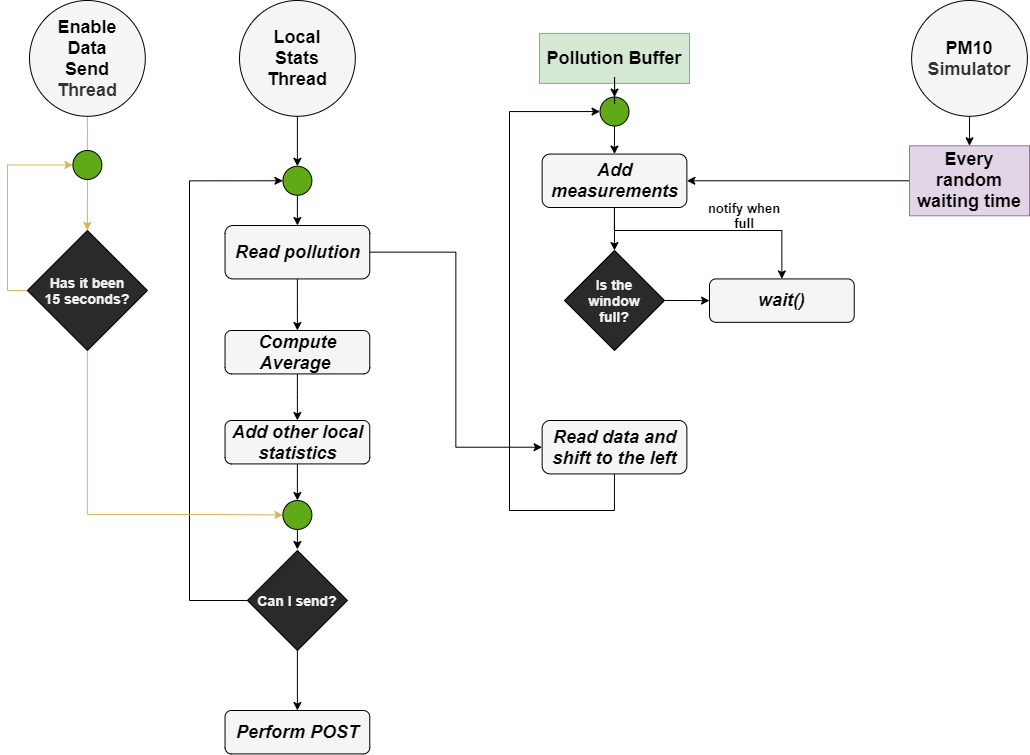
Earlier version of the draw.io export diagrams/localstats_synchronization.png (manuelpagliuca/seta-distributed-system). Source tidied: cells renumbered, new cells last; positions are measured from the earlier drawing's top-left corner, leaving out a move shared by most shapes.
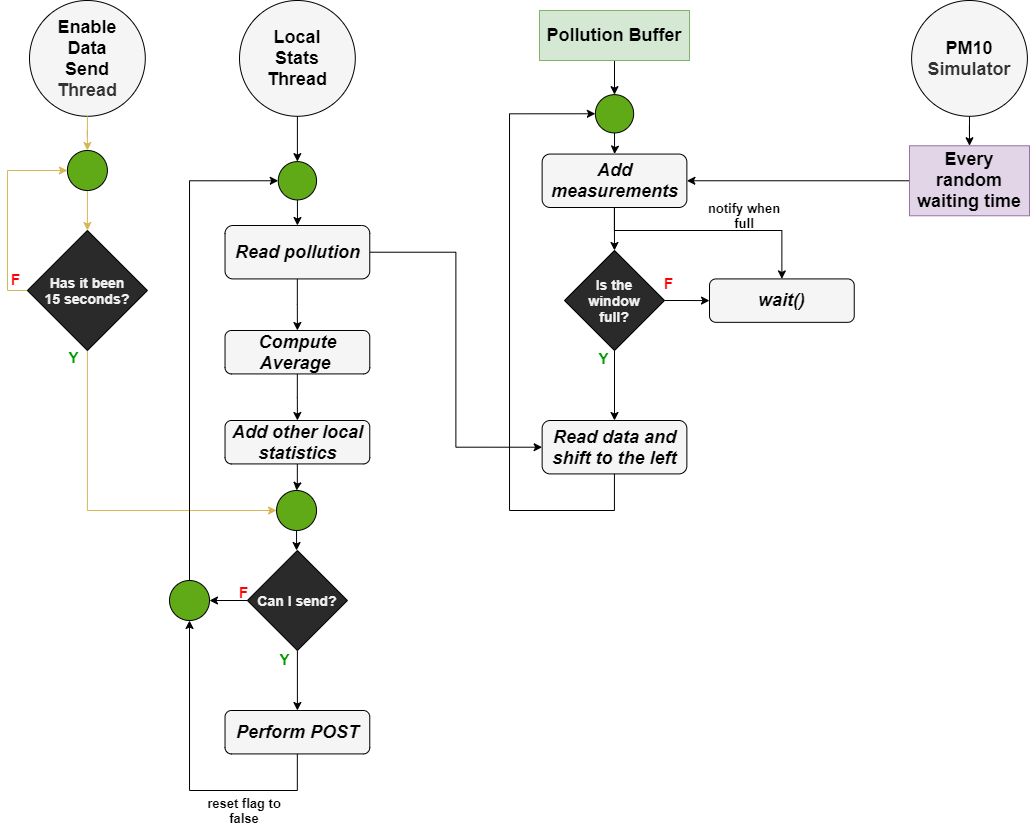
Above is the later version.

What changed in the source:
```diff
@@ -28,21 +28,12 @@
     <mxCell id="9" value="&lt;i&gt;&lt;font color=&quot;#000000&quot; size=&quot;1&quot;&gt;&lt;b style=&quot;font-size: 18px&quot;&gt;Compute Average&amp;nbsp;&lt;/b&gt;&lt;/font&gt;&lt;/i&gt;" style="rounded=1;whiteSpace=wrap;html=1;fillColor=#f5f5f5;fontColor=#333333;strokeColor=#000000;" parent="1" vertex="1">
       <mxGeometry x="217.5" y="330" width="144.7" height="43.4" as="geometry" />
     </mxCell>
-    <mxCell id="10" style="edgeStyle=orthogonalEdgeStyle;rounded=0;jettySize=auto;html=1;entryX=0.5;entryY=0;entryDx=0;entryDy=0;strokeColor=#000000;" parent="1" edge="1" source="38" target="34">
-      <mxGeometry relative="1" as="geometry" />
-    </mxCell>
+    <mxCell id="42" style="edgeStyle=orthogonalEdgeStyle;rounded=0;jettySize=auto;html=1;entryX=0.5;entryY=0;entryDx=0;entryDy=0;strokeColor=#000000;" parent="1" edge="1" source="11" target="56">
+      <mxGeometry relative="1" as="geometry" />
+    </mxCell>
     <mxCell id="11" value="&lt;font color=&quot;#000000&quot; size=&quot;1&quot;&gt;&lt;b style=&quot;font-size: 18px&quot;&gt;Pollution Buffer&lt;/b&gt;&lt;/font&gt;" style="rounded=0;whiteSpace=wrap;html=1;labelBackgroundColor=none;strokeColor=#82b366;fillColor=#d5e8d4;" parent="1" vertex="1">
-      <mxGeometry x="532" y="32.9" width="150" height="50" as="geometry" />
+      <mxGeometry x="532" y="10" width="150" height="50" as="geometry" />
     </mxCell>
-    <mxCell id="12" style="edgeStyle=orthogonalEdgeStyle;rounded=0;jettySize=auto;html=1;strokeColor=#000000;entryX=0;entryY=0.5;entryDx=0;entryDy=0;" parent="1" edge="1" source="13" target="38">
-      <mxGeometry relative="1" as="geometry">
-        <Array as="points">
-          <mxPoint x="607" y="510" />
-          <mxPoint x="502" y="510" />
-          <mxPoint x="502" y="111" />
-        </Array>
-      </mxGeometry>
-    </mxCell>
     <mxCell id="13" value="&lt;font color=&quot;#000000&quot;&gt;&lt;span style=&quot;font-size: 18px&quot;&gt;&lt;b&gt;&lt;i&gt;Read data and shift to the left&lt;/i&gt;&lt;/b&gt;&lt;/span&gt;&lt;/font&gt;" style="rounded=1;whiteSpace=wrap;html=1;fillColor=#f5f5f5;fontColor=#333333;strokeColor=#000000;" parent="1" vertex="1">
       <mxGeometry x="534.6" y="420" width="144.7" height="53.4" as="geometry" />
     </mxCell>
@@ -52,10 +43,18 @@
     <mxCell id="15" value="&lt;i&gt;&lt;font color=&quot;#000000&quot; size=&quot;1&quot;&gt;&lt;b style=&quot;font-size: 18px&quot;&gt;Add other local statistics&lt;br&gt;&lt;/b&gt;&lt;/font&gt;&lt;/i&gt;" style="rounded=1;whiteSpace=wrap;html=1;fillColor=#f5f5f5;fontColor=#333333;strokeColor=#000000;" parent="1" vertex="1">
       <mxGeometry x="217.5" y="420" width="144.7" height="43.4" as="geometry" />
     </mxCell>
+    <mxCell id="43" style="edgeStyle=orthogonalEdgeStyle;rounded=0;jettySize=auto;html=1;strokeColor=#000000;entryX=0.5;entryY=1;entryDx=0;entryDy=0;" parent="1" edge="1" source="16" target="53">
+      <mxGeometry relative="1" as="geometry">
+        <Array as="points">
+          <mxPoint x="290" y="790" />
+          <mxPoint x="182" y="790" />
+        </Array>
+      </mxGeometry>
+    </mxCell>
     <mxCell id="16" value="&lt;i&gt;&lt;font color=&quot;#000000&quot; size=&quot;1&quot;&gt;&lt;b style=&quot;font-size: 18px&quot;&gt;Perform POST&lt;br&gt;&lt;/b&gt;&lt;/font&gt;&lt;/i&gt;" style="rounded=1;whiteSpace=wrap;html=1;fillColor=#f5f5f5;fontColor=#333333;strokeColor=#000000;" parent="1" vertex="1">
       <mxGeometry x="217.5" y="710" width="144.7" height="43.4" as="geometry" />
     </mxCell>
-    <mxCell id="17" style="edgeStyle=orthogonalEdgeStyle;rounded=0;jettySize=auto;html=1;strokeColor=#d6b656;entryX=0.5;entryY=0;entryDx=0;entryDy=0;fillColor=#fff2cc;" parent="1" edge="1" source="18" target="26">
+    <mxCell id="17" style="edgeStyle=orthogonalEdgeStyle;rounded=0;jettySize=auto;html=1;strokeColor=#d6b656;entryX=0.5;entryY=0;entryDx=0;entryDy=0;fillColor=#fff2cc;" parent="1" edge="1" source="29" target="26">
       <mxGeometry relative="1" as="geometry" />
     </mxCell>
     <mxCell id="18" value="&lt;b style=&quot;font-size: 18px&quot;&gt;&lt;font style=&quot;font-size: 18px&quot;&gt;&lt;font color=&quot;#000000&quot;&gt;Enable&lt;br&gt;Data&lt;br&gt;Send&lt;br&gt;&lt;/font&gt;Thread&lt;br&gt;&lt;/font&gt;&lt;/b&gt;" style="ellipse;whiteSpace=wrap;html=1;fillColor=#f5f5f5;fontColor=#333333;strokeColor=#000000;" parent="1" vertex="1">
@@ -64,19 +63,14 @@
     <mxCell id="19" style="edgeStyle=orthogonalEdgeStyle;rounded=0;jettySize=auto;html=1;entryX=0.5;entryY=0;entryDx=0;entryDy=0;strokeColor=#000000;" parent="1" edge="1" source="21" target="16">
       <mxGeometry relative="1" as="geometry" />
     </mxCell>
-    <mxCell id="20" style="edgeStyle=orthogonalEdgeStyle;rounded=0;jettySize=auto;html=1;strokeColor=#000000;entryX=0;entryY=0.5;entryDx=0;entryDy=0;exitX=0;exitY=0.5;exitDx=0;exitDy=0;" parent="1" edge="1" source="21" target="22">
-      <mxGeometry relative="1" as="geometry">
-        <Array as="points">
-          <mxPoint x="182" y="600" />
-          <mxPoint x="182" y="180" />
-        </Array>
-      </mxGeometry>
-    </mxCell>
+    <mxCell id="44" style="edgeStyle=orthogonalEdgeStyle;rounded=0;jettySize=auto;html=1;entryX=1;entryY=0.5;entryDx=0;entryDy=0;strokeColor=#000000;" parent="1" edge="1" source="21" target="53">
+      <mxGeometry relative="1" as="geometry" />
+    </mxCell>
     <mxCell id="21" value="&lt;span style=&quot;font-size: 14px&quot;&gt;&lt;b&gt;Can I send?&lt;/b&gt;&lt;/span&gt;" style="rhombus;whiteSpace=wrap;html=1;strokeColor=#000000;" parent="1" vertex="1">
       <mxGeometry x="239.9" y="550" width="100" height="100" as="geometry" />
     </mxCell>
     <mxCell id="22" style="ellipse;whiteSpace=wrap;html=1;labelBackgroundColor=none;fillColor=#60a917;fontColor=#ffffff;strokeColor=#000000;" parent="1" vertex="1">
-      <mxGeometry x="275.4" y="165.8" width="28.9" height="28.9" as="geometry" />
+      <mxGeometry x="270.8" y="161.1" width="38.3" height="38.3" as="geometry" />
     </mxCell>
     <mxCell id="23" style="edgeStyle=orthogonalEdgeStyle;rounded=0;jettySize=auto;html=1;entryX=0.5;entryY=0;entryDx=0;entryDy=0;strokeColor=#000000;" parent="1" edge="1" source="3" target="22">
       <mxGeometry relative="1" as="geometry" />
@@ -84,8 +78,7 @@
     <mxCell id="24" style="edgeStyle=orthogonalEdgeStyle;rounded=0;jettySize=auto;html=1;strokeColor=#d6b656;entryX=0;entryY=0.5;entryDx=0;entryDy=0;fillColor=#fff2cc;" parent="1" edge="1" source="26" target="28">
       <mxGeometry relative="1" as="geometry">
         <Array as="points">
-          <mxPoint x="80" y="514" />
-          <mxPoint x="208" y="514" />
+          <mxPoint x="80" y="510" />
         </Array>
       </mxGeometry>
     </mxCell>
@@ -93,7 +86,7 @@
       <mxGeometry relative="1" as="geometry">
         <Array as="points">
           <mxPoint y="290" />
-          <mxPoint y="165" />
+          <mxPoint y="170" />
         </Array>
       </mxGeometry>
     </mxCell>
@@ -104,11 +97,8 @@
       <mxGeometry relative="1" as="geometry" />
     </mxCell>
     <mxCell id="28" style="ellipse;whiteSpace=wrap;html=1;labelBackgroundColor=none;fillColor=#60a917;fontColor=#ffffff;strokeColor=#000000;" parent="1" vertex="1">
-      <mxGeometry x="275.4" y="500" width="28.9" height="28.9" as="geometry" />
+      <mxGeometry x="269.1" y="490" width="40" height="40" as="geometry" />
     </mxCell>
-    <mxCell id="29" style="ellipse;whiteSpace=wrap;html=1;labelBackgroundColor=none;fillColor=#60a917;fontColor=#ffffff;strokeColor=#000000;" parent="1" vertex="1">
-      <mxGeometry x="65.4" y="150" width="28.9" height="28.9" as="geometry" />
-    </mxCell>
     <mxCell id="30" style="edgeStyle=orthogonalEdgeStyle;rounded=0;jettySize=auto;html=1;entryX=0.5;entryY=0;entryDx=0;entryDy=0;strokeColor=#000000;" parent="1" edge="1" source="31" target="41">
       <mxGeometry relative="1" as="geometry" />
     </mxCell>
@@ -135,20 +125,80 @@
     <mxCell id="36" style="edgeStyle=orthogonalEdgeStyle;rounded=0;jettySize=auto;html=1;entryX=0;entryY=0.5;entryDx=0;entryDy=0;strokeColor=#000000;" parent="1" edge="1" source="37" target="35">
       <mxGeometry relative="1" as="geometry" />
     </mxCell>
+    <mxCell id="45" style="rounded=0;jettySize=auto;html=1;entryX=0.5;entryY=0;entryDx=0;entryDy=0;strokeColor=#000000;" parent="1" edge="1" source="37" target="13">
+      <mxGeometry relative="1" as="geometry" />
+    </mxCell>
     <mxCell id="37" value="&lt;span style=&quot;font-size: 14px&quot;&gt;&lt;b&gt;Is the&lt;br&gt;window&lt;br&gt;full?&lt;/b&gt;&lt;/span&gt;" style="rhombus;whiteSpace=wrap;html=1;strokeColor=#000000;" parent="1" vertex="1">
       <mxGeometry x="557" y="250" width="100" height="100" as="geometry" />
     </mxCell>
-    <mxCell id="38" style="ellipse;whiteSpace=wrap;html=1;labelBackgroundColor=none;fillColor=#60a917;fontColor=#ffffff;strokeColor=#000000;" parent="1" vertex="1">
-      <mxGeometry x="592.5" y="96.6" width="28.9" height="28.9" as="geometry" />
-    </mxCell>
-    <mxCell id="39" style="edgeStyle=orthogonalEdgeStyle;rounded=0;jettySize=auto;html=1;entryX=0.5;entryY=0;entryDx=0;entryDy=0;strokeColor=#000000;" parent="1" edge="1" source="11" target="38">
-      <mxGeometry relative="1" as="geometry" />
-    </mxCell>
     <mxCell id="40" style="edgeStyle=orthogonalEdgeStyle;rounded=0;jettySize=auto;html=1;entryX=1;entryY=0.5;entryDx=0;entryDy=0;strokeColor=#000000;" parent="1" edge="1" source="41" target="34">
       <mxGeometry relative="1" as="geometry" />
     </mxCell>
     <mxCell id="41" value="&lt;font color=&quot;#000000&quot; style=&quot;font-size: 18px&quot;&gt;&lt;b&gt;Every random waiting time&lt;/b&gt;&lt;/font&gt;" style="rounded=0;whiteSpace=wrap;html=1;labelBackgroundColor=none;strokeColor=#9673a6;fillColor=#e1d5e7;" parent="1" vertex="1">
       <mxGeometry x="902" y="145.3" width="120" height="70" as="geometry" />
     </mxCell>
+    <mxCell id="46" value="&lt;font style=&quot;font-size: 15px&quot; color=&quot;#009900&quot;&gt;&lt;b&gt;Y&lt;/b&gt;&lt;/font&gt;" style="edgeLabel;html=1;align=center;verticalAlign=middle;labelBackgroundColor=none;rotation=0;" parent="1" vertex="1">
+      <mxGeometry x="332" y="190" as="geometry">
+        <mxPoint x="-266" y="167" as="offset" />
+      </mxGeometry>
+    </mxCell>
+    <mxCell id="47" value="&lt;font style=&quot;font-size: 15px&quot; color=&quot;#ff0000&quot;&gt;&lt;b&gt;F&lt;/b&gt;&lt;/font&gt;" style="edgeLabel;html=1;align=center;verticalAlign=middle;labelBackgroundColor=none;rotation=0;" parent="1" vertex="1">
+      <mxGeometry x="462" y="190" as="geometry">
+        <mxPoint x="-454" y="89" as="offset" />
+      </mxGeometry>
+    </mxCell>
+    <mxCell id="48" value="&lt;font style=&quot;font-size: 15px&quot; color=&quot;#009900&quot;&gt;&lt;b&gt;Y&lt;/b&gt;&lt;/font&gt;" style="edgeLabel;html=1;align=center;verticalAlign=middle;labelBackgroundColor=none;rotation=0;" parent="1" vertex="1">
+      <mxGeometry x="217.5" y="650" as="geometry">
+        <mxPoint x="59" y="9" as="offset" />
+      </mxGeometry>
+    </mxCell>
+    <mxCell id="49" value="&lt;font style=&quot;font-size: 15px&quot; color=&quot;#ff0000&quot;&gt;&lt;b&gt;F&lt;/b&gt;&lt;/font&gt;" style="edgeLabel;html=1;align=center;verticalAlign=middle;labelBackgroundColor=none;rotation=0;" parent="1" vertex="1">
+      <mxGeometry x="372" y="640" as="geometry">
+        <mxPoint x="-136" y="-48" as="offset" />
+      </mxGeometry>
+    </mxCell>
+    <mxCell id="50" value="&lt;font style=&quot;font-size: 15px&quot; color=&quot;#009900&quot;&gt;&lt;b&gt;Y&lt;/b&gt;&lt;/font&gt;" style="edgeLabel;html=1;align=center;verticalAlign=middle;labelBackgroundColor=none;rotation=0;" parent="1" vertex="1">
+      <mxGeometry x="372" y="215" as="geometry">
+        <mxPoint x="224" y="143" as="offset" />
+      </mxGeometry>
+    </mxCell>
+    <mxCell id="51" value="&lt;font style=&quot;font-size: 15px&quot; color=&quot;#ff0000&quot;&gt;&lt;b&gt;F&lt;/b&gt;&lt;/font&gt;" style="edgeLabel;html=1;align=center;verticalAlign=middle;labelBackgroundColor=none;rotation=0;" parent="1" vertex="1">
+      <mxGeometry x="462" y="153.6" as="geometry">
+        <mxPoint x="199" y="129" as="offset" />
+      </mxGeometry>
+    </mxCell>
+    <mxCell id="52" style="edgeStyle=orthogonalEdgeStyle;rounded=0;jettySize=auto;html=1;entryX=0;entryY=0.5;entryDx=0;entryDy=0;strokeColor=#000000;" parent="1" edge="1" source="53" target="22">
+      <mxGeometry relative="1" as="geometry">
+        <Array as="points">
+          <mxPoint x="182" y="180" />
+        </Array>
+      </mxGeometry>
+    </mxCell>
+    <mxCell id="53" style="ellipse;whiteSpace=wrap;html=1;labelBackgroundColor=none;fillColor=#60a917;fontColor=#ffffff;strokeColor=#000000;" parent="1" vertex="1">
+      <mxGeometry x="162" y="580" width="40" height="40" as="geometry" />
+    </mxCell>
+    <mxCell id="29" style="ellipse;whiteSpace=wrap;html=1;labelBackgroundColor=none;fillColor=#60a917;fontColor=#ffffff;strokeColor=#000000;" parent="1" vertex="1">
+      <mxGeometry x="59.9" y="150" width="40" height="40" as="geometry" />
+    </mxCell>
+    <mxCell id="54" style="edgeStyle=orthogonalEdgeStyle;rounded=0;jettySize=auto;html=1;strokeColor=#d6b656;entryX=0.5;entryY=0;entryDx=0;entryDy=0;fillColor=#fff2cc;" parent="1" edge="1" source="18" target="29">
+      <mxGeometry relative="1" as="geometry" />
+    </mxCell>
+    <mxCell id="55" style="edgeStyle=orthogonalEdgeStyle;rounded=0;jettySize=auto;html=1;entryX=0.5;entryY=0;entryDx=0;entryDy=0;strokeColor=#000000;" parent="1" edge="1" source="56" target="34">
+      <mxGeometry relative="1" as="geometry" />
+    </mxCell>
+    <mxCell id="56" style="ellipse;whiteSpace=wrap;html=1;labelBackgroundColor=none;fillColor=#60a917;fontColor=#ffffff;strokeColor=#000000;" parent="1" vertex="1">
+      <mxGeometry x="587.9" y="94.1" width="38.3" height="38.3" as="geometry" />
+    </mxCell>
+    <mxCell id="57" style="edgeStyle=orthogonalEdgeStyle;rounded=0;jettySize=auto;html=1;strokeColor=#000000;entryX=0;entryY=0.5;entryDx=0;entryDy=0;" parent="1" edge="1" source="13" target="56">
+      <mxGeometry relative="1" as="geometry">
+        <Array as="points">
+          <mxPoint x="607" y="510" />
+          <mxPoint x="502" y="510" />
+        </Array>
+      </mxGeometry>
+    </mxCell>
+    <mxCell id="58" value="&lt;font color=&quot;#000000&quot; size=&quot;1&quot;&gt;&lt;b style=&quot;font-size: 13px&quot;&gt;reset flag to false&lt;/b&gt;&lt;/font&gt;" style="text;html=1;strokeColor=none;fillColor=none;align=center;verticalAlign=middle;whiteSpace=wrap;rounded=0;labelBackgroundColor=none;" parent="1" vertex="1">
+      <mxGeometry x="192" y="800" width="90" height="20" as="geometry" />
+    </mxCell>
   </root>
 </mxGraphModel>
```
